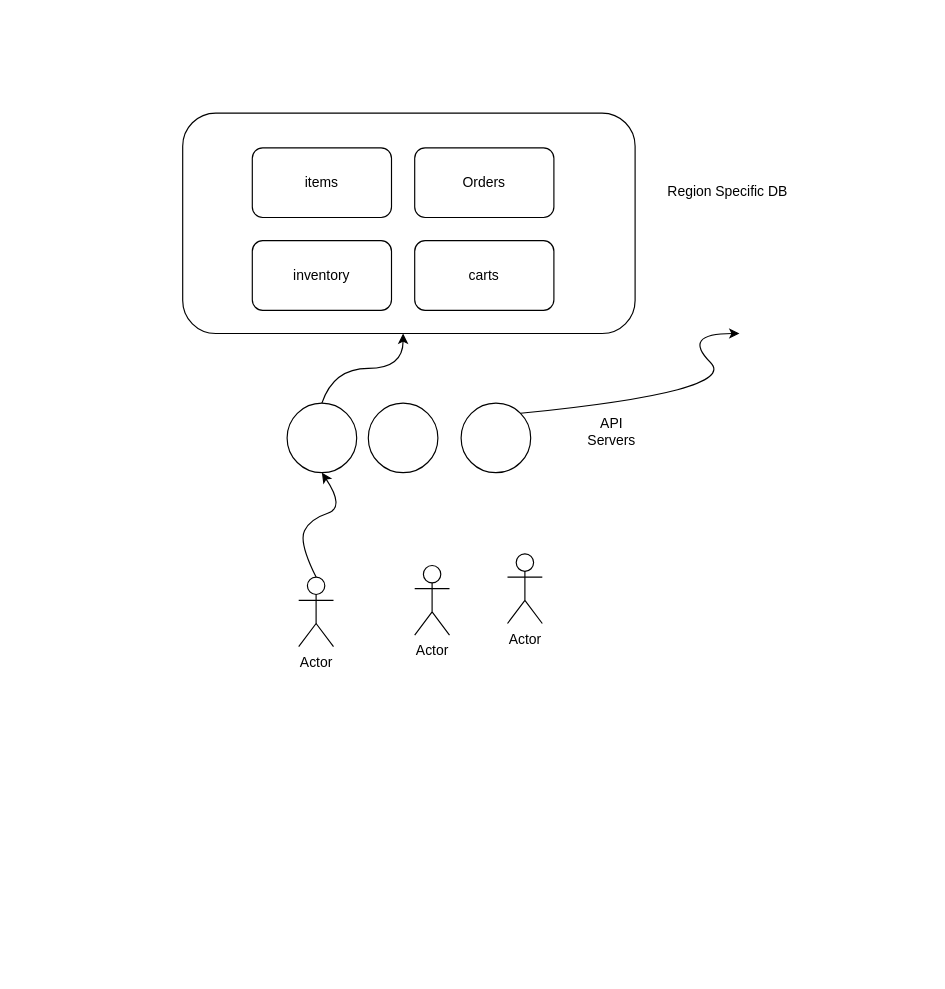
This is Amazon 2 Diagram.drawio from rajdeepd/draw_io, a draw.io file, before an edit. Source tidied: cells renumbered, new cells numbered last; positions are measured from the earlier drawing's top-left corner, leaving out a move shared by most shapes. Both pictures are drawn from the tidied source at 116%, with x=0, y=0 at pixel (182, 113).
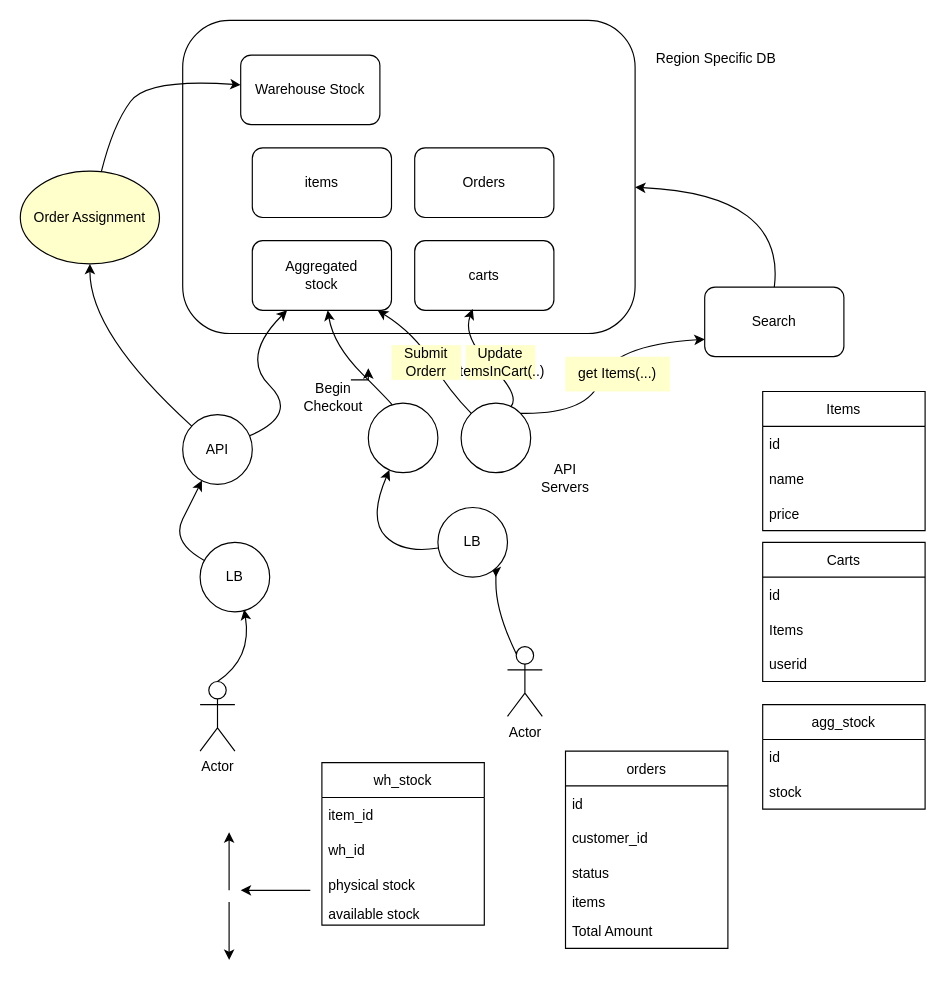
Above is the later version.

Unchanged cells that the change refers to:
```xml
<mxCell id="6" value="carts" style="rounded=1;whiteSpace=wrap;html=1;" parent="1" vertex="1">
  <mxGeometry x="200" y="110" width="120" height="60" as="geometry" />
</mxCell>
<mxCell id="8" style="ellipse;whiteSpace=wrap;html=1;" parent="1" vertex="1">
  <mxGeometry x="160" y="250" width="60" height="60" as="geometry" />
</mxCell>
<mxCell id="9" style="ellipse;whiteSpace=wrap;html=1;" parent="1" vertex="1">
  <mxGeometry x="240" y="250" width="60" height="60" as="geometry" />
</mxCell>
```

What changed in the source:
```diff
@@
     <mxCell id="2" style="rounded=1;whiteSpace=wrap;html=1;" parent="1" vertex="1">
-      <mxGeometry width="390" height="190" as="geometry" />
+      <mxGeometry y="-80" width="390" height="270" as="geometry" />
     </mxCell>
-    <mxCell id="3" value="inventory" style="rounded=1;whiteSpace=wrap;html=1;" parent="1" vertex="1">
+    <mxCell id="3" value="Aggregated&lt;br&gt;stock" style="rounded=1;whiteSpace=wrap;html=1;" parent="1" vertex="1">
       <mxGeometry x="60" y="110" width="120" height="60" as="geometry" />
     </mxCell>
@@
-    <mxCell id="7" style="ellipse;whiteSpace=wrap;html=1;" parent="1" vertex="1">
-      <mxGeometry x="90" y="250" width="60" height="60" as="geometry" />
+    <mxCell id="7" value="API" style="ellipse;whiteSpace=wrap;html=1;" parent="1" vertex="1">
+      <mxGeometry y="260" width="60" height="60" as="geometry" />
     </mxCell>
@@
     <mxCell id="10" value="API Servers" style="text;html=1;strokeColor=none;fillColor=none;align=center;verticalAlign=middle;whiteSpace=wrap;rounded=0;" parent="1" vertex="1">
-      <mxGeometry x="340" y="260" width="60" height="30" as="geometry" />
+      <mxGeometry x="300" y="300" width="60" height="30" as="geometry" />
     </mxCell>
     <mxCell id="11" value="Region Specific DB" style="text;html=1;strokeColor=none;fillColor=none;align=center;verticalAlign=middle;whiteSpace=wrap;rounded=0;" parent="1" vertex="1">
-      <mxGeometry x="410" y="45" width="120" height="45" as="geometry" />
+      <mxGeometry x="400" y="-70" width="120" height="45" as="geometry" />
     </mxCell>
     <mxCell id="12" value="Actor" style="shape=umlActor;verticalLabelPosition=bottom;verticalAlign=top;html=1;outlineConnect=0;" parent="1" vertex="1">
-      <mxGeometry x="100" y="400" width="30" height="60" as="geometry" />
+      <mxGeometry x="15" y="490" width="30" height="60" as="geometry" />
     </mxCell>
     <mxCell id="13" value="Actor" style="shape=umlActor;verticalLabelPosition=bottom;verticalAlign=top;html=1;outlineConnect=0;" parent="1" vertex="1">
-      <mxGeometry x="280" y="380" width="30" height="60" as="geometry" />
+      <mxGeometry x="280" y="460" width="30" height="60" as="geometry" />
     </mxCell>
-    <mxCell id="14" value="Actor" style="shape=umlActor;verticalLabelPosition=bottom;verticalAlign=top;html=1;" parent="1" vertex="1">
-      <mxGeometry x="200" y="390" width="30" height="60" as="geometry" />
-    </mxCell>
-    <mxCell id="15" style="curved=1;endArrow=classic;html=1;rounded=0;exitX=0.5;exitY=0;exitDx=0;exitDy=0;exitPerimeter=0;entryX=0.5;entryY=1;entryDx=0;entryDy=0;" parent="1" edge="1" source="12" target="7">
+    <mxCell id="15" style="curved=1;endArrow=classic;html=1;rounded=0;exitX=0.5;exitY=0;exitDx=0;exitDy=0;exitPerimeter=0;entryX=0.633;entryY=0.967;entryDx=0;entryDy=0;entryPerimeter=0;" parent="1" edge="1" source="12" target="53">
       <mxGeometry relative="1" as="geometry">
         <Array as="points">
-          <mxPoint x="100" y="370" />
-          <mxPoint x="110" y="350" />
-          <mxPoint x="140" y="340" />
+          <mxPoint x="60" y="470" />
         </Array>
       </mxGeometry>
     </mxCell>
-    <mxCell id="16" style="curved=1;endArrow=classic;html=1;rounded=0;exitX=0.5;exitY=0;exitDx=0;exitDy=0;" parent="1" edge="1" source="7" target="2">
-      <mxGeometry relative="1" as="geometry">
-        <Array as="points">
-          <mxPoint x="130" y="220" />
-          <mxPoint x="190" y="220" />
-          <mxPoint x="190" y="190" />
-        </Array>
-      </mxGeometry>
-    </mxCell>
-    <mxCell id="17" style="curved=1;endArrow=classic;html=1;rounded=0;exitX=1;exitY=0;exitDx=0;exitDy=0;" parent="1" edge="1" source="9">
+    <mxCell id="17" style="curved=1;endArrow=classic;html=1;rounded=0;exitX=1;exitY=0;exitDx=0;exitDy=0;entryX=0;entryY=0.75;entryDx=0;entryDy=0;startArrow=none;" parent="1" edge="1" source="9" target="18">
       <mxGeometry relative="1" as="geometry">
-        <mxPoint x="480" y="190" as="targetPoint" />
         <Array as="points">
-          <mxPoint x="480" y="240" />
-          <mxPoint x="430" y="190" />
+          <mxPoint x="350" y="260" />
+          <mxPoint x="370" y="200" />
         </Array>
       </mxGeometry>
     </mxCell>
+    <mxCell id="18" value="Search" style="rounded=1;whiteSpace=wrap;html=1;" parent="1" vertex="1">
+      <mxGeometry x="450" y="150" width="120" height="60" as="geometry" />
+    </mxCell>
+    <mxCell id="19" style="curved=1;endArrow=classic;html=1;rounded=0;exitX=0.5;exitY=0;exitDx=0;exitDy=0;" parent="1" edge="1" source="18" target="2">
+      <mxGeometry relative="1" as="geometry">
+        <Array as="points">
+          <mxPoint x="520" y="70" />
+        </Array>
+      </mxGeometry>
+    </mxCell>
+    <mxCell id="20" style="curved=1;endArrow=classic;html=1;rounded=0;exitX=0.25;exitY=0.1;exitDx=0;exitDy=0;exitPerimeter=0;entryX=0.833;entryY=1;entryDx=0;entryDy=0;entryPerimeter=0;" parent="1" edge="1" source="13" target="33">
+      <mxGeometry relative="1" as="geometry">
+        <Array as="points">
+          <mxPoint x="270" y="430" />
+          <mxPoint x="270" y="380" />
+        </Array>
+      </mxGeometry>
+    </mxCell>
+    <mxCell id="21" value="Items" style="swimlane;fontStyle=0;horizontal=1;startSize=30;" parent="1" vertex="1">
+      <mxGeometry x="500" y="240" width="140" height="120" as="geometry" />
+    </mxCell>
+    <mxCell id="22" value="id" style="text;strokeColor=none;fillColor=none;align=left;verticalAlign=middle;spacingLeft=4;spacingRight=4;overflow=hidden;" parent="21" vertex="1">
+      <mxGeometry y="30" width="140" height="30" as="geometry" />
+    </mxCell>
+    <mxCell id="23" value="name" style="text;strokeColor=none;fillColor=none;align=left;verticalAlign=middle;spacingLeft=4;spacingRight=4;overflow=hidden;" parent="21" vertex="1">
+      <mxGeometry y="60" width="140" height="30" as="geometry" />
+    </mxCell>
+    <mxCell id="24" value="price" style="text;strokeColor=none;fillColor=none;align=left;verticalAlign=middle;spacingLeft=4;spacingRight=4;overflow=hidden;" parent="21" vertex="1">
+      <mxGeometry y="90" width="140" height="30" as="geometry" />
+    </mxCell>
+    <mxCell id="25" style="curved=1;endArrow=classic;html=1;rounded=0;exitX=0;exitY=0;exitDx=0;exitDy=0;" parent="1" edge="1" source="9" target="3">
+      <mxGeometry relative="1" as="geometry">
+        <Array as="points">
+          <mxPoint x="230" y="240" />
+          <mxPoint x="200" y="190" />
+        </Array>
+      </mxGeometry>
+    </mxCell>
+    <mxCell id="26" style="curved=1;endArrow=classic;html=1;rounded=0;" parent="1" edge="1" source="7" target="3">
+      <mxGeometry relative="1" as="geometry">
+        <Array as="points">
+          <mxPoint x="100" y="260" />
+          <mxPoint x="50" y="210" />
+        </Array>
+      </mxGeometry>
+    </mxCell>
+    <mxCell id="27" value="Carts" style="swimlane;fontStyle=0;horizontal=1;startSize=30;" parent="1" vertex="1">
+      <mxGeometry x="500" y="370" width="140" height="120" as="geometry" />
+    </mxCell>
+    <mxCell id="28" value="id" style="text;strokeColor=none;fillColor=none;align=left;verticalAlign=middle;spacingLeft=4;spacingRight=4;overflow=hidden;" parent="27" vertex="1">
+      <mxGeometry y="30" width="140" height="30" as="geometry" />
+    </mxCell>
+    <mxCell id="29" value="Items" style="text;strokeColor=none;fillColor=none;align=left;verticalAlign=middle;spacingLeft=4;spacingRight=4;overflow=hidden;" parent="27" vertex="1">
+      <mxGeometry y="60" width="140" height="30" as="geometry" />
+    </mxCell>
+    <mxCell id="30" value="userid" style="text;strokeColor=none;fillColor=none;align=left;verticalAlign=middle;spacingLeft=4;spacingRight=4;overflow=hidden;" parent="27" vertex="1">
+      <mxGeometry y="90" width="140" height="30" as="geometry" />
+    </mxCell>
+    <mxCell id="31" style="curved=1;endArrow=classic;html=1;rounded=0;entryX=0.417;entryY=0.983;entryDx=0;entryDy=0;entryPerimeter=0;exitX=0.717;exitY=0.05;exitDx=0;exitDy=0;exitPerimeter=0;" parent="1" edge="1" source="9" target="6">
+      <mxGeometry relative="1" as="geometry">
+        <Array as="points">
+          <mxPoint x="291" y="243" />
+          <mxPoint x="241" y="193" />
+        </Array>
+      </mxGeometry>
+    </mxCell>
+    <mxCell id="32" value="Update ItemsInCart(..)" style="text;html=1;strokeColor=none;fillColor=#FFFFCC;align=center;verticalAlign=middle;whiteSpace=wrap;rounded=0;" parent="1" vertex="1">
+      <mxGeometry x="244" y="200" width="60" height="30" as="geometry" />
+    </mxCell>
+    <mxCell id="33" value="LB" style="ellipse;whiteSpace=wrap;html=1;" parent="1" vertex="1">
+      <mxGeometry x="220" y="340" width="60" height="60" as="geometry" />
+    </mxCell>
+    <mxCell id="34" style="curved=1;endArrow=classic;html=1;rounded=0;" parent="1" edge="1" source="33" target="8">
+      <mxGeometry relative="1" as="geometry">
+        <Array as="points">
+          <mxPoint x="190" y="380" />
+          <mxPoint x="160" y="350" />
+        </Array>
+      </mxGeometry>
+    </mxCell>
+    <mxCell id="35" style="curved=1;endArrow=classic;html=1;rounded=0;" parent="1" edge="1" source="8" target="3">
+      <mxGeometry relative="1" as="geometry">
+        <Array as="points">
+          <mxPoint x="180" y="250" />
+          <mxPoint x="130" y="200" />
+        </Array>
+      </mxGeometry>
+    </mxCell>
+    <mxCell id="36" style="edgeStyle=orthogonalEdgeStyle;rounded=0;jettySize=auto;html=1;exitX=0.75;exitY=0;exitDx=0;exitDy=0;" parent="1" edge="1" source="37">
+      <mxGeometry relative="1" as="geometry">
+        <mxPoint x="160" y="220" as="targetPoint" />
+      </mxGeometry>
+    </mxCell>
+    <mxCell id="37" value="Begin&lt;br&gt;Checkout" style="text;html=1;strokeColor=none;fillColor=none;align=center;verticalAlign=middle;whiteSpace=wrap;rounded=0;" parent="1" vertex="1">
+      <mxGeometry x="100" y="230" width="60" height="30" as="geometry" />
+    </mxCell>
+    <mxCell id="38" value="agg_stock" style="swimlane;fontStyle=0;horizontal=1;startSize=30;" parent="1" vertex="1">
+      <mxGeometry x="500" y="510" width="140" height="90" as="geometry" />
+    </mxCell>
+    <mxCell id="39" value="id" style="text;strokeColor=none;fillColor=none;align=left;verticalAlign=middle;spacingLeft=4;spacingRight=4;overflow=hidden;" parent="38" vertex="1">
+      <mxGeometry y="30" width="140" height="30" as="geometry" />
+    </mxCell>
+    <mxCell id="40" value="stock" style="text;strokeColor=none;fillColor=none;align=left;verticalAlign=middle;spacingLeft=4;spacingRight=4;overflow=hidden;" parent="38" vertex="1">
+      <mxGeometry y="60" width="140" height="30" as="geometry" />
+    </mxCell>
+    <mxCell id="41" value="Submit&lt;br&gt;Orderr" style="text;html=1;strokeColor=none;fillColor=#FFFFCC;align=center;verticalAlign=middle;whiteSpace=wrap;rounded=0;" parent="1" vertex="1">
+      <mxGeometry x="180" y="200" width="60" height="30" as="geometry" />
+    </mxCell>
+    <mxCell id="42" value="get Items(...)" style="text;html=1;strokeColor=none;fillColor=#FFFFCC;align=center;verticalAlign=middle;whiteSpace=wrap;rounded=0;" parent="1" vertex="1">
+      <mxGeometry x="330" y="210" width="90" height="30" as="geometry" />
+    </mxCell>
+    <mxCell id="43" value="orders" style="swimlane;fontStyle=0;horizontal=1;startSize=30;" parent="1" vertex="1">
+      <mxGeometry x="330" y="550" width="140" height="170" as="geometry" />
+    </mxCell>
+    <mxCell id="44" value="id" style="text;strokeColor=none;fillColor=none;align=left;verticalAlign=middle;spacingLeft=4;spacingRight=4;overflow=hidden;" parent="43" vertex="1">
+      <mxGeometry y="30" width="140" height="30" as="geometry" />
+    </mxCell>
+    <mxCell id="45" value="customer_id" style="text;strokeColor=none;fillColor=none;align=left;verticalAlign=middle;spacingLeft=4;spacingRight=4;overflow=hidden;" parent="43" vertex="1">
+      <mxGeometry y="60" width="140" height="30" as="geometry" />
+    </mxCell>
+    <mxCell id="46" value="status" style="text;strokeColor=none;fillColor=none;align=left;verticalAlign=middle;spacingLeft=4;spacingRight=4;overflow=hidden;" parent="43" vertex="1">
+      <mxGeometry y="90" width="140" height="30" as="geometry" />
+    </mxCell>
+    <mxCell id="47" value="items" style="text;strokeColor=none;fillColor=none;align=left;verticalAlign=middle;spacingLeft=4;spacingRight=4;overflow=hidden;" parent="43" vertex="1">
+      <mxGeometry y="120" width="140" height="20" as="geometry" />
+    </mxCell>
+    <mxCell id="48" value="Total Amount" style="text;strokeColor=none;fillColor=none;align=left;verticalAlign=middle;spacingLeft=4;spacingRight=4;overflow=hidden;" parent="43" vertex="1">
+      <mxGeometry y="140" width="140" height="30" as="geometry" />
+    </mxCell>
+    <mxCell id="49" value="Order Assignment" style="ellipse;whiteSpace=wrap;html=1;fillColor=#FFFFCC;" parent="1" vertex="1">
+      <mxGeometry x="-140" y="50" width="120" height="80" as="geometry" />
+    </mxCell>
+    <mxCell id="50" value="Warehouse Stock" style="rounded=1;whiteSpace=wrap;html=1;" parent="1" vertex="1">
+      <mxGeometry x="50" y="-50" width="120" height="60" as="geometry" />
+    </mxCell>
+    <mxCell id="51" style="curved=1;endArrow=classic;html=1;rounded=0;" parent="1" edge="1" source="7" target="49">
+      <mxGeometry relative="1" as="geometry">
+        <Array as="points">
+          <mxPoint x="-80" y="190" />
+        </Array>
+      </mxGeometry>
+    </mxCell>
+    <mxCell id="52" style="curved=1;endArrow=classic;html=1;rounded=0;" parent="1" edge="1" source="49" target="50">
+      <mxGeometry relative="1" as="geometry">
+        <Array as="points">
+          <mxPoint x="-60" y="10" />
+          <mxPoint x="-30" y="-30" />
+        </Array>
+      </mxGeometry>
+    </mxCell>
+    <mxCell id="53" value="LB" style="ellipse;whiteSpace=wrap;html=1;" parent="1" vertex="1">
+      <mxGeometry x="15" y="370" width="60" height="60" as="geometry" />
+    </mxCell>
+    <mxCell id="54" style="curved=1;endArrow=classic;html=1;rounded=0;" parent="1" edge="1" source="53" target="7">
+      <mxGeometry relative="1" as="geometry">
+        <Array as="points">
+          <mxPoint x="-10" y="370" />
+          <mxPoint x="10" y="330" />
+        </Array>
+      </mxGeometry>
+    </mxCell>
+    <mxCell id="55" value="wh_stock" style="swimlane;fontStyle=0;horizontal=1;startSize=30;" parent="1" vertex="1">
+      <mxGeometry x="120" y="560" width="140" height="140" as="geometry" />
+    </mxCell>
+    <mxCell id="56" value="item_id" style="text;strokeColor=none;fillColor=none;align=left;verticalAlign=middle;spacingLeft=4;spacingRight=4;overflow=hidden;" parent="55" vertex="1">
+      <mxGeometry y="30" width="140" height="30" as="geometry" />
+    </mxCell>
+    <mxCell id="57" value="wh_id" style="text;strokeColor=none;fillColor=none;align=left;verticalAlign=middle;spacingLeft=4;spacingRight=4;overflow=hidden;" parent="55" vertex="1">
+      <mxGeometry y="60" width="140" height="30" as="geometry" />
+    </mxCell>
+    <mxCell id="58" value="physical stock" style="text;strokeColor=none;fillColor=none;align=left;verticalAlign=middle;spacingLeft=4;spacingRight=4;overflow=hidden;" parent="55" vertex="1">
+      <mxGeometry y="90" width="140" height="30" as="geometry" />
+    </mxCell>
+    <mxCell id="59" value="available stock" style="text;strokeColor=none;fillColor=none;align=left;verticalAlign=middle;spacingLeft=4;spacingRight=4;overflow=hidden;" parent="55" vertex="1">
+      <mxGeometry y="120" width="140" height="20" as="geometry" />
+    </mxCell>
+    <mxCell id="60" style="endArrow=classic;html=1;rounded=0;" parent="1" edge="1">
+      <mxGeometry relative="1" as="geometry">
+        <mxPoint x="110" y="670" as="sourcePoint" />
+        <mxPoint x="50" y="670" as="targetPoint" />
+      </mxGeometry>
+    </mxCell>
+    <mxCell id="61" style="endArrow=classic;html=1;rounded=0;" parent="1" edge="1">
+      <mxGeometry relative="1" as="geometry">
+        <mxPoint x="40" y="670" as="sourcePoint" />
+        <mxPoint x="40" y="620" as="targetPoint" />
+      </mxGeometry>
+    </mxCell>
+    <mxCell id="62" style="endArrow=classic;html=1;rounded=0;" parent="1" edge="1">
+      <mxGeometry relative="1" as="geometry">
+        <mxPoint x="40" y="680" as="sourcePoint" />
+        <mxPoint x="40" y="730" as="targetPoint" />
+      </mxGeometry>
+    </mxCell>
```
